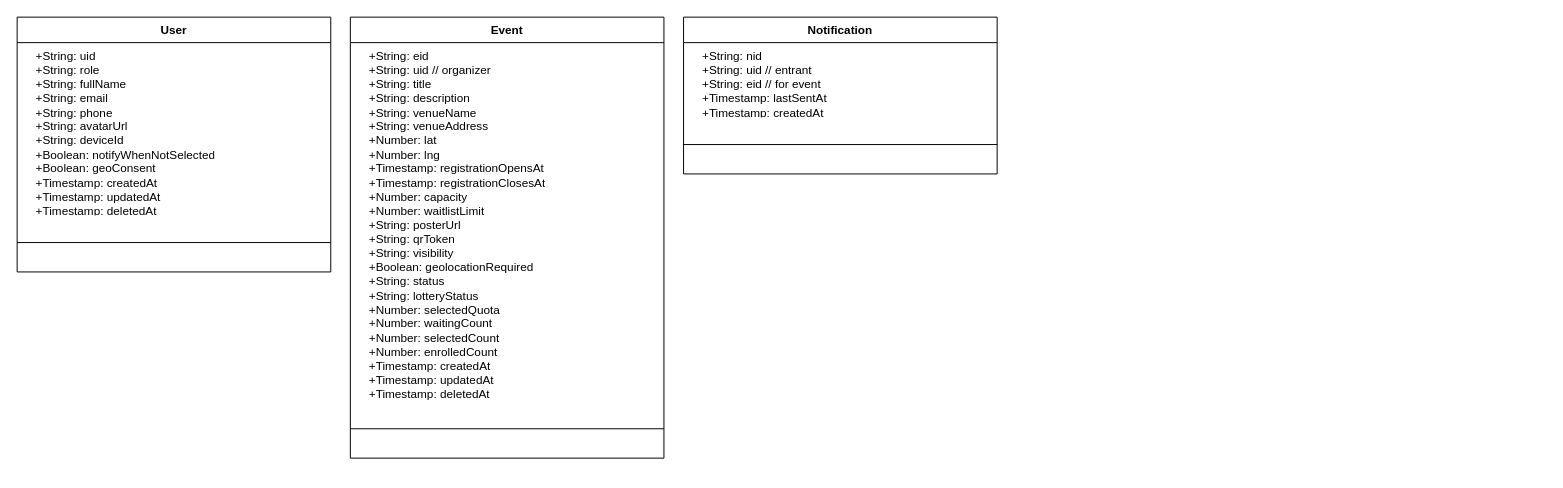
The draw.io diagram UML/Project Part 3. UML.drawio in CMPUT301F25bingus1/event_lottery, before the edit. Source tidied: cells renumbered, new cells numbered last; positions are measured from the earlier drawing's top-left corner, leaving out a move shared by most shapes. Both pictures are drawn from the tidied source at 98%, with x=0, y=0 at pixel (17, 17).
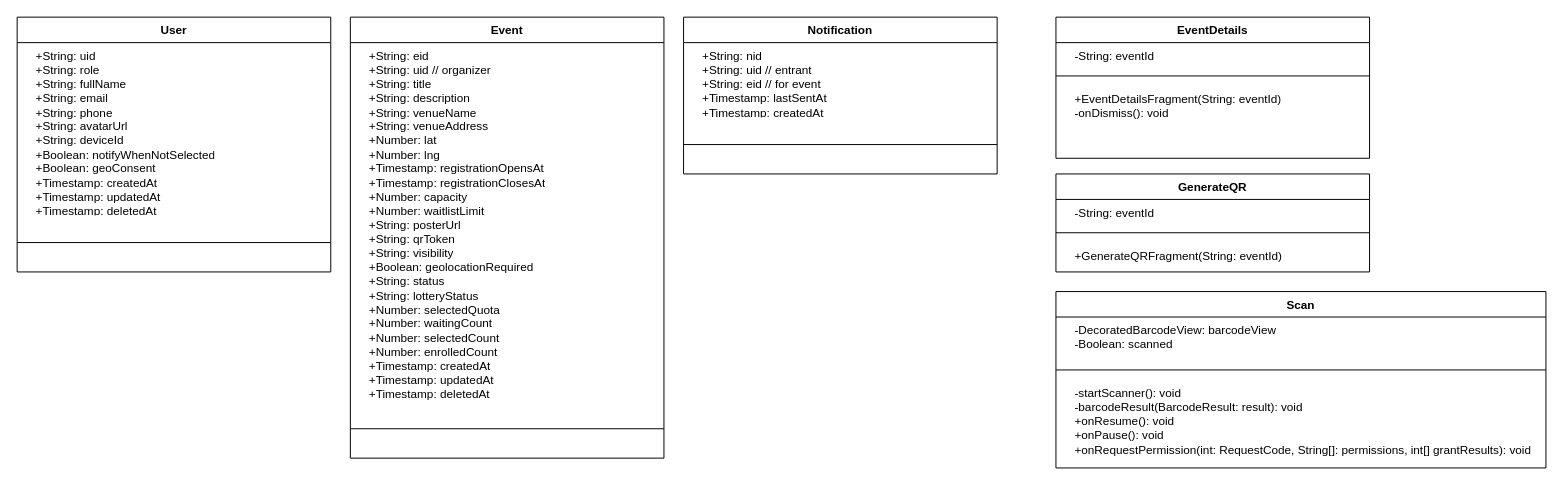
The same page after the edit.

The edit, as a diff of the source:
```diff
@@
+    <mxCell id="11" value="EventDetails" style="swimlane;fontStyle=1;align=center;verticalAlign=top;horizontal=1;startSize=26;whiteSpace=wrap;html=1;" parent="1" vertex="1">
+      <mxGeometry x="1060" width="320" height="144" as="geometry" />
+    </mxCell>
+    <mxCell id="12" value="&lt;div&gt;&amp;nbsp; &amp;nbsp; -String: eventId&lt;/div&gt;" style="text;strokeColor=none;fillColor=none;align=left;verticalAlign=top;spacingLeft=4;spacingRight=4;overflow=hidden;whiteSpace=wrap;html=1;" parent="11" vertex="1">
+      <mxGeometry y="26" width="320" height="24" as="geometry" />
+    </mxCell>
+    <mxCell id="13" style="line;strokeWidth=1;fillColor=none;align=left;verticalAlign=middle;spacingTop=-1;spacingLeft=3;spacingRight=3;labelPosition=right;strokeColor=inherit;" parent="11" vertex="1">
+      <mxGeometry y="50" width="320" height="20" as="geometry" />
+    </mxCell>
+    <mxCell id="14" value="&amp;nbsp; &amp;nbsp; +EventDetailsFragment(String: eventId)&lt;div&gt;&amp;nbsp; &amp;nbsp; -onDismiss(): void&lt;/div&gt;" style="text;strokeColor=none;fillColor=none;align=left;verticalAlign=top;spacingLeft=4;spacingRight=4;overflow=hidden;whiteSpace=wrap;html=1;" parent="11" vertex="1">
+      <mxGeometry y="70" width="320" height="74" as="geometry" />
+    </mxCell>
+    <mxCell id="15" value="GenerateQR" style="swimlane;fontStyle=1;align=center;verticalAlign=top;horizontal=1;startSize=26;whiteSpace=wrap;html=1;" parent="1" vertex="1">
+      <mxGeometry x="1060" y="160" width="320" height="100" as="geometry" />
+    </mxCell>
+    <mxCell id="16" value="&lt;div&gt;&amp;nbsp; &amp;nbsp; -String: eventId&lt;/div&gt;" style="text;strokeColor=none;fillColor=none;align=left;verticalAlign=top;spacingLeft=4;spacingRight=4;overflow=hidden;whiteSpace=wrap;html=1;" parent="15" vertex="1">
+      <mxGeometry y="26" width="320" height="24" as="geometry" />
+    </mxCell>
+    <mxCell id="17" style="line;strokeWidth=1;fillColor=none;align=left;verticalAlign=middle;spacingTop=-1;spacingLeft=3;spacingRight=3;labelPosition=right;strokeColor=inherit;" parent="15" vertex="1">
+      <mxGeometry y="50" width="320" height="20" as="geometry" />
+    </mxCell>
+    <mxCell id="18" value="&amp;nbsp; &amp;nbsp; +GenerateQRFragment(String: eventId)" style="text;strokeColor=none;fillColor=none;align=left;verticalAlign=top;spacingLeft=4;spacingRight=4;overflow=hidden;whiteSpace=wrap;html=1;" parent="15" vertex="1">
+      <mxGeometry y="70" width="320" height="30" as="geometry" />
+    </mxCell>
+    <mxCell id="19" value="Scan" style="swimlane;fontStyle=1;align=center;verticalAlign=top;horizontal=1;startSize=26;whiteSpace=wrap;html=1;" parent="1" vertex="1">
+      <mxGeometry x="1060" y="280" width="500" height="180" as="geometry" />
+    </mxCell>
+    <mxCell id="20" value="&lt;div&gt;&amp;nbsp; &amp;nbsp; -DecoratedBarcodeView: barcodeView&lt;/div&gt;&lt;div&gt;&amp;nbsp; &amp;nbsp; -Boolean: scanned&lt;/div&gt;" style="text;strokeColor=none;fillColor=none;align=left;verticalAlign=top;spacingLeft=4;spacingRight=4;overflow=hidden;whiteSpace=wrap;html=1;" parent="19" vertex="1">
+      <mxGeometry y="26" width="500" height="44" as="geometry" />
+    </mxCell>
+    <mxCell id="21" style="line;strokeWidth=1;fillColor=none;align=left;verticalAlign=middle;spacingTop=-1;spacingLeft=3;spacingRight=3;labelPosition=right;strokeColor=inherit;" parent="19" vertex="1">
+      <mxGeometry y="70" width="500" height="20" as="geometry" />
+    </mxCell>
+    <mxCell id="22" value="&amp;nbsp; &amp;nbsp; -startScanner(): void&lt;div&gt;&amp;nbsp; &amp;nbsp; -barcodeResult(BarcodeResult: result): void&lt;/div&gt;&lt;div&gt;&amp;nbsp; &amp;nbsp; +onResume(): void&lt;/div&gt;&lt;div&gt;&amp;nbsp; &amp;nbsp; +onPause(): void&lt;/div&gt;&lt;div&gt;&amp;nbsp; &amp;nbsp; +onRequestPermission(int: RequestCode, String[]: permissions, int[] grantResults): void&lt;/div&gt;" style="text;strokeColor=none;fillColor=none;align=left;verticalAlign=top;spacingLeft=4;spacingRight=4;overflow=hidden;whiteSpace=wrap;html=1;" parent="19" vertex="1">
+      <mxGeometry y="90" width="500" height="90" as="geometry" />
+    </mxCell>
```
